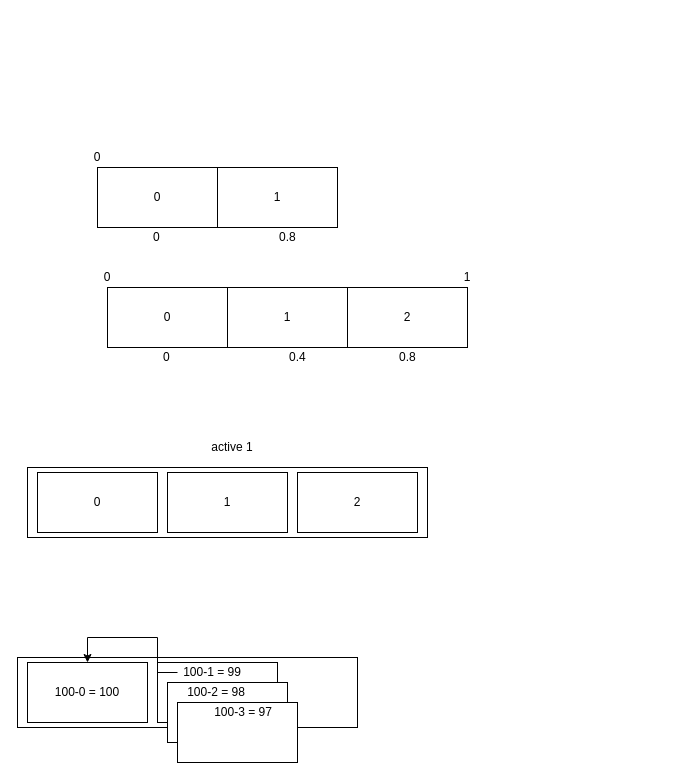
Earlier version of the draw.io diagram test.drawio (reasat-rafio/sg-biennale). Source tidied: cells renumbered, new cells numbered last; positions are measured from the earlier drawing's top-left corner, leaving out a move shared by most shapes. Both pictures are drawn from the tidied source at 100%, with x=0, y=0 at pixel (17, 147).
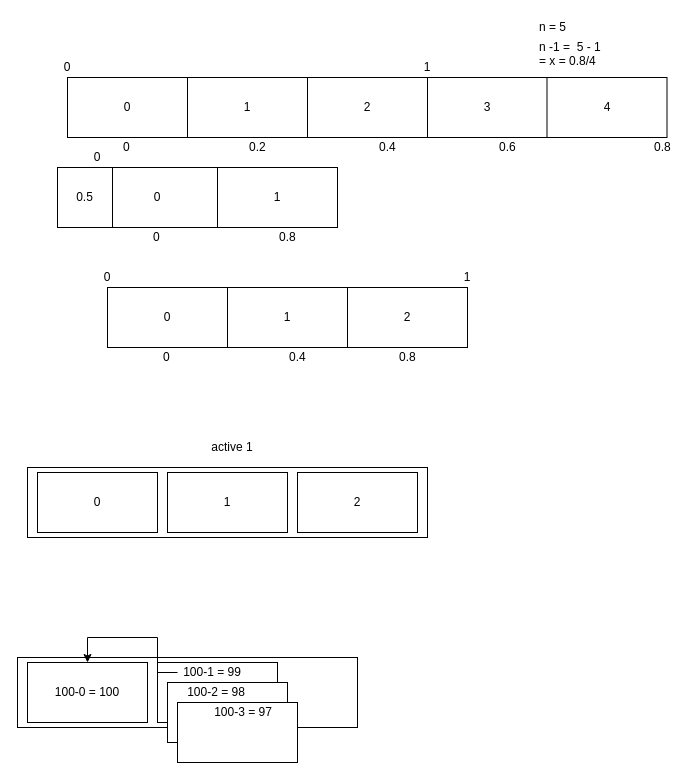
The same page after the edit.

What changed in the source:
```diff
@@
+    <mxCell id="30" value="0" style="rounded=0;whiteSpace=wrap;html=1;" parent="1" vertex="1">
+      <mxGeometry x="50" y="-70" width="120" height="60" as="geometry" />
+    </mxCell>
+    <mxCell id="31" value="1" style="rounded=0;whiteSpace=wrap;html=1;" parent="1" vertex="1">
+      <mxGeometry x="170" y="-70" width="120" height="60" as="geometry" />
+    </mxCell>
+    <mxCell id="32" value="0" style="text;html=1;strokeColor=none;fillColor=none;align=center;verticalAlign=middle;whiteSpace=wrap;rounded=0;" parent="1" vertex="1">
+      <mxGeometry x="30" y="-90" width="40" height="20" as="geometry" />
+    </mxCell>
+    <mxCell id="33" value="1" style="text;html=1;strokeColor=none;fillColor=none;align=center;verticalAlign=middle;whiteSpace=wrap;rounded=0;" parent="1" vertex="1">
+      <mxGeometry x="390" y="-90" width="40" height="20" as="geometry" />
+    </mxCell>
+    <mxCell id="34" value="2" style="rounded=0;whiteSpace=wrap;html=1;" parent="1" vertex="1">
+      <mxGeometry x="290" y="-70" width="120" height="60" as="geometry" />
+    </mxCell>
+    <mxCell id="35" value="0" style="text;html=1;align=left;verticalAlign=top;spacingTop=-4;" parent="1" vertex="1">
+      <mxGeometry x="104" y="-10" width="20" height="20" as="geometry" />
+    </mxCell>
+    <mxCell id="36" value="0.2" style="text;html=1;align=left;verticalAlign=top;spacingTop=-4;" parent="1" vertex="1">
+      <mxGeometry x="230" y="-10" width="30" height="20" as="geometry" />
+    </mxCell>
+    <mxCell id="37" value="0.8" style="text;html=1;align=left;verticalAlign=top;spacingTop=-4;" parent="1" vertex="1">
+      <mxGeometry x="634.5" y="-10" width="30" height="20" as="geometry" />
+    </mxCell>
+    <mxCell id="38" value="3" style="rounded=0;whiteSpace=wrap;html=1;" parent="1" vertex="1">
+      <mxGeometry x="410" y="-70" width="120" height="60" as="geometry" />
+    </mxCell>
+    <mxCell id="39" value="4" style="rounded=0;whiteSpace=wrap;html=1;" parent="1" vertex="1">
+      <mxGeometry x="529.5" y="-70" width="120" height="60" as="geometry" />
+    </mxCell>
+    <mxCell id="40" value="0.4&lt;br&gt;" style="text;html=1;align=left;verticalAlign=top;spacingTop=-4;" parent="1" vertex="1">
+      <mxGeometry x="360" y="-10" width="30" height="20" as="geometry" />
+    </mxCell>
+    <mxCell id="41" value="0.6" style="text;html=1;align=left;verticalAlign=top;spacingTop=-4;" parent="1" vertex="1">
+      <mxGeometry x="480" y="-10" width="30" height="20" as="geometry" />
+    </mxCell>
+    <mxCell id="42" value="n = 5" style="text;html=1;align=left;verticalAlign=top;spacingTop=-4;" parent="1" vertex="1">
+      <mxGeometry x="520" y="-130" width="40" height="20" as="geometry" />
+    </mxCell>
+    <mxCell id="43" value="n -1 =&amp;nbsp; 5 - 1&lt;br&gt;= x = 0.8/4&lt;br&gt;&amp;nbsp;" style="text;html=1;align=left;verticalAlign=top;spacingTop=-4;" parent="1" vertex="1">
+      <mxGeometry x="520" y="-110" width="80" height="40" as="geometry" />
+    </mxCell>
+    <mxCell id="44" value="0.5" style="rounded=0;whiteSpace=wrap;html=1;" parent="1" vertex="1">
+      <mxGeometry x="40" y="20" width="55" height="60" as="geometry" />
+    </mxCell>
```
